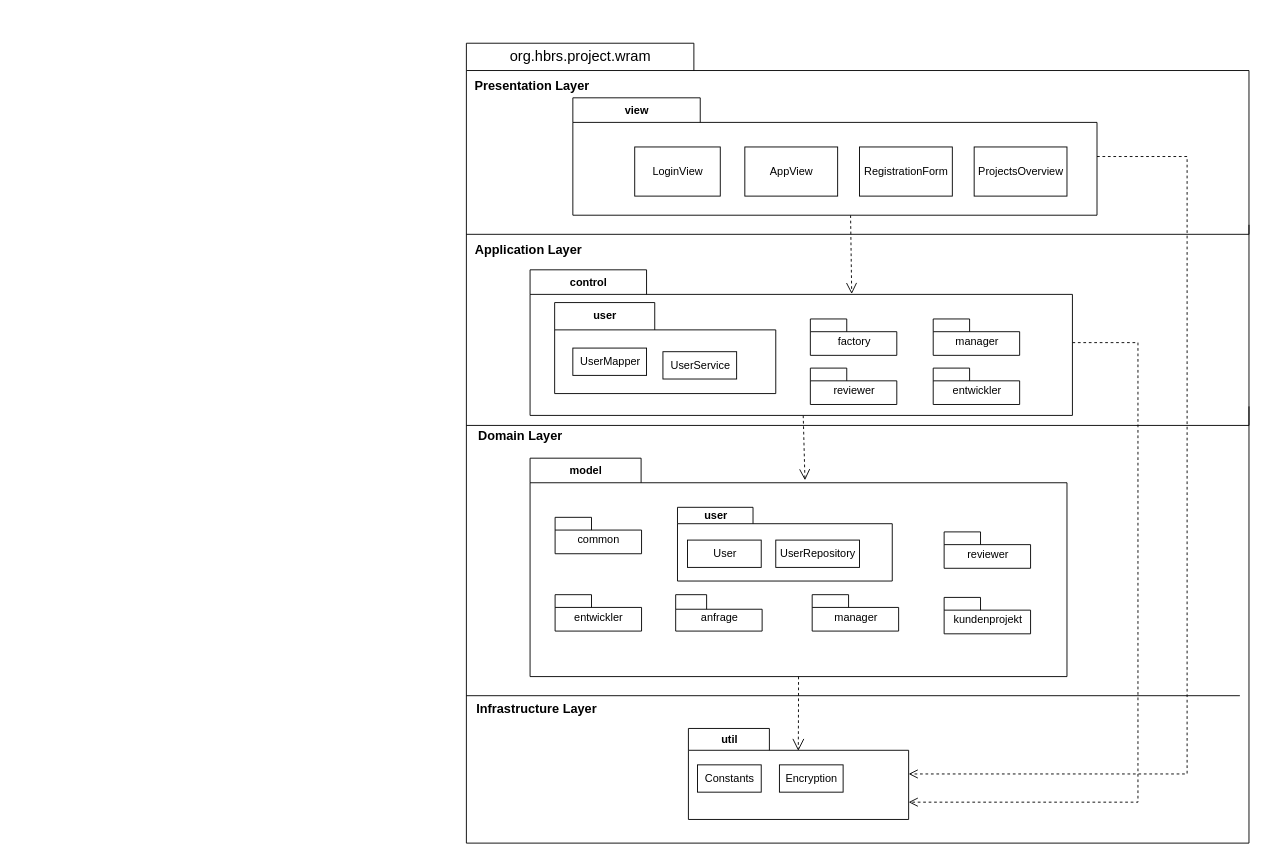
Above: docs/diagram/ArchitekturDiagramm_Bausteinsicht.drawio in TomKeppeler/WRAM (draw.io), before the change. Source tidied: cells renumbered, new cells numbered last; positions are measured from the earlier drawing's top-left corner, leaving out a move shared by most shapes. Both pictures are drawn from the tidied source at 91%, with x=0, y=0 at pixel (466, 15).
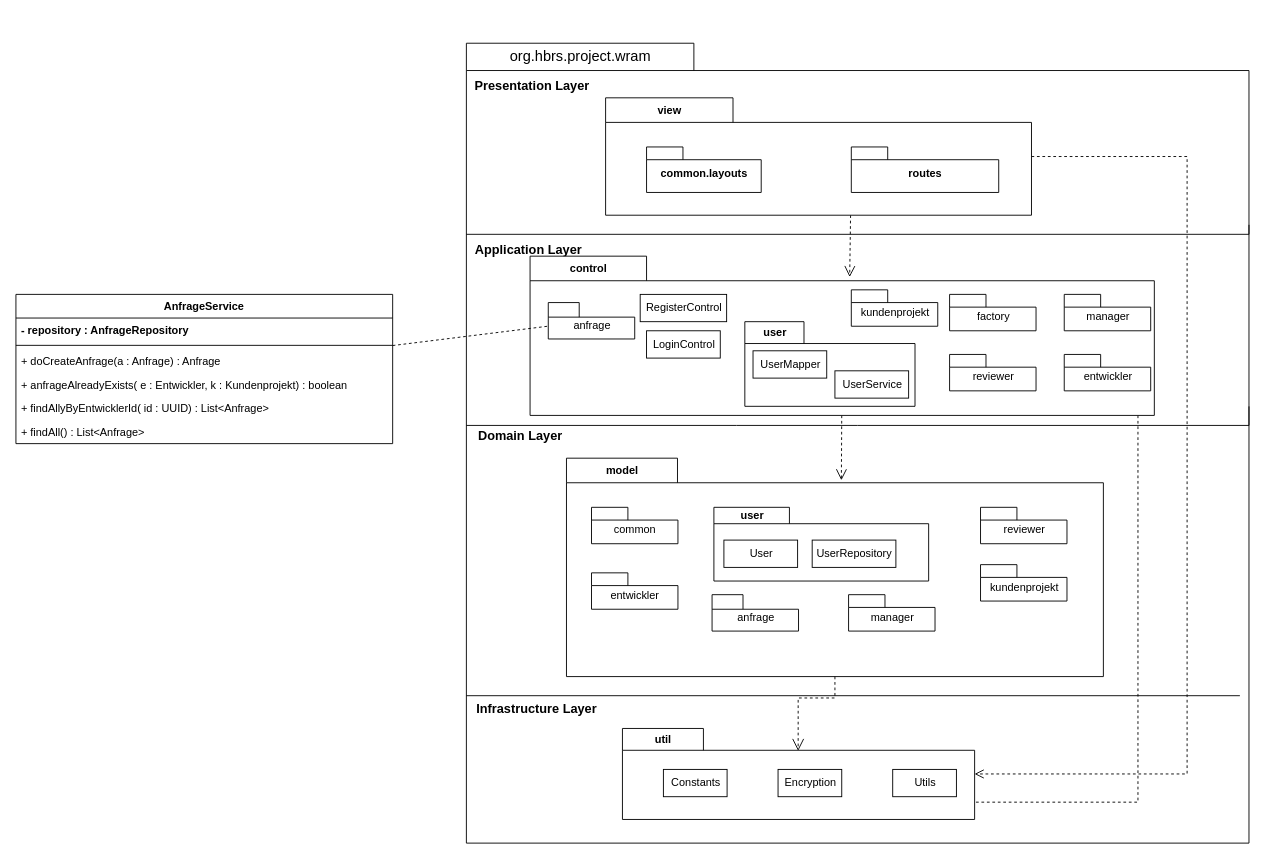
After the change.

Unchanged cells that the change refers to:
```xml
<mxCell id="2" value="&lt;p style=&quot;font-weight: normal ; line-height: 18px&quot;&gt;&lt;span style=&quot;background-color: rgb(255 , 255 , 255)&quot;&gt;&lt;font style=&quot;font-size: 16px&quot;&gt;org.hbrs.project.wram&lt;/font&gt;&lt;/span&gt;&lt;/p&gt;" style="shape=folder;fontStyle=1;tabWidth=250;tabHeight=30;tabPosition=left;html=1;boundedLbl=1;labelInHeader=1;fillColor=none;" parent="1" vertex="1">
  <mxGeometry y="30" width="860" height="879" as="geometry" />
</mxCell>
```

Change to the diagram source:
```diff
@@
-    <mxCell id="10" style="rounded=0;jettySize=auto;html=1;dashed=1;endArrow=open;endFill=0;entryX=0.593;entryY=0.166;entryDx=0;entryDy=0;entryPerimeter=0;endSize=10;" parent="2" edge="1" target="14">
+    <mxCell id="10" style="rounded=0;jettySize=auto;html=1;dashed=1;endArrow=open;endFill=0;entryX=0.512;entryY=0.131;entryDx=0;entryDy=0;entryPerimeter=0;endSize=10;" parent="2" edge="1" target="14">
       <mxGeometry relative="1" as="geometry">
         <mxPoint x="422.2" y="189" as="sourcePoint" />
       </mxGeometry>
     </mxCell>
     <mxCell id="11" style="endArrow=none;html=1;rounded=0;entryX=1;entryY=0.454;entryDx=0;entryDy=0;entryPerimeter=0;" parent="2" edge="1" target="2">
       <mxGeometry relative="1" as="geometry">
         <mxPoint y="420" as="sourcePoint" />
         <Array as="points">
+          <mxPoint x="297" y="420" />
+          <mxPoint x="430" y="420" />
           <mxPoint x="860" y="420" />
         </Array>
       </mxGeometry>
     </mxCell>
@@
     <mxCell id="14" value="control" style="shape=folder;fontStyle=1;tabWidth=128;tabHeight=27;tabPosition=left;html=1;boundedLbl=1;labelInHeader=1;" parent="2" vertex="1">
-      <mxGeometry x="70" y="249" width="596" height="160" as="geometry" />
+      <mxGeometry x="70" y="234" width="686" height="175" as="geometry" />
     </mxCell>
     <mxCell id="15" value="&lt;span style=&quot;font-weight: 400&quot;&gt;entwickler&lt;/span&gt;" style="shape=folder;fontStyle=1;spacingTop=10;tabWidth=40;tabHeight=14;tabPosition=left;html=1;" parent="14" vertex="1">
-      <mxGeometry x="443" y="108" width="95" height="40" as="geometry" />
+      <mxGeometry x="587" y="108" width="95" height="40" as="geometry" />
     </mxCell>
     <mxCell id="16" value="&lt;span style=&quot;font-weight: 400&quot;&gt;factory&lt;/span&gt;" style="shape=folder;fontStyle=1;spacingTop=10;tabWidth=40;tabHeight=14;tabPosition=left;html=1;" parent="14" vertex="1">
-      <mxGeometry x="308" y="54" width="95" height="40" as="geometry" />
+      <mxGeometry x="461" y="42" width="95" height="40" as="geometry" />
     </mxCell>
     <mxCell id="17" value="&lt;span style=&quot;font-weight: 400&quot;&gt;manager&lt;/span&gt;" style="shape=folder;fontStyle=1;spacingTop=10;tabWidth=40;tabHeight=14;tabPosition=left;html=1;" parent="14" vertex="1">
-      <mxGeometry x="443" y="54" width="95" height="40" as="geometry" />
+      <mxGeometry x="587" y="42" width="95" height="40" as="geometry" />
     </mxCell>
     <mxCell id="18" value="&lt;span style=&quot;font-weight: 400&quot;&gt;reviewer&lt;/span&gt;" style="shape=folder;fontStyle=1;spacingTop=10;tabWidth=40;tabHeight=14;tabPosition=left;html=1;" parent="14" vertex="1">
-      <mxGeometry x="308" y="108" width="95" height="40" as="geometry" />
+      <mxGeometry x="461" y="108" width="95" height="40" as="geometry" />
     </mxCell>
-    <mxCell id="19" value="user" style="shape=folder;fontStyle=1;tabWidth=110;tabHeight=30;tabPosition=left;html=1;boundedLbl=1;labelInHeader=1;" parent="14" vertex="1">
-      <mxGeometry x="27" y="36" width="243" height="100" as="geometry" />
+    <mxCell id="19" value="user" style="shape=folder;fontStyle=1;tabWidth=65;tabHeight=24;tabPosition=left;html=1;boundedLbl=1;labelInHeader=1;" parent="14" vertex="1">
+      <mxGeometry x="236" y="72" width="187" height="93" as="geometry" />
     </mxCell>
     <mxCell id="20" value="UserMapper" style="html=1;" parent="19" vertex="1">
       <mxGeometry width="81" height="30" relative="1" as="geometry">
-        <mxPoint x="20" y="50" as="offset" />
+        <mxPoint x="9" y="32" as="offset" />
       </mxGeometry>
     </mxCell>
     <mxCell id="21" value="UserService" style="html=1;" parent="19" vertex="1">
-      <mxGeometry x="119" y="54" width="81" height="30" as="geometry" />
+      <mxGeometry x="99" y="54" width="81" height="30" as="geometry" />
     </mxCell>
+    <mxCell id="42" value="RegisterControl" style="html=1;" parent="14" vertex="1">
+      <mxGeometry x="121" y="42" width="95" height="30" as="geometry" />
+    </mxCell>
+    <mxCell id="43" value="LoginControl" style="html=1;" parent="14" vertex="1">
+      <mxGeometry x="128" y="82" width="81" height="30" as="geometry" />
+    </mxCell>
+    <mxCell id="44" value="&lt;span style=&quot;font-weight: 400&quot;&gt;kundenprojekt&lt;/span&gt;" style="shape=folder;fontStyle=1;spacingTop=10;tabWidth=40;tabHeight=14;tabPosition=left;html=1;" parent="14" vertex="1">
+      <mxGeometry x="353" y="37" width="95" height="40" as="geometry" />
+    </mxCell>
+    <mxCell id="45" value="&lt;span style=&quot;font-weight: 400&quot;&gt;anfrage&lt;/span&gt;" style="shape=folder;fontStyle=1;spacingTop=10;tabWidth=34;tabHeight=16;tabPosition=left;html=1;" parent="14" vertex="1">
+      <mxGeometry x="20" y="51" width="95" height="40" as="geometry" />
+    </mxCell>
     <mxCell id="22" value="util" style="shape=folder;fontStyle=1;tabWidth=89;tabHeight=24;tabPosition=left;html=1;boundedLbl=1;labelInHeader=1;" parent="2" vertex="1">
-      <mxGeometry x="244" y="753" width="242" height="100" as="geometry" />
+      <mxGeometry x="171.5" y="753" width="387" height="100" as="geometry" />
     </mxCell>
     <mxCell id="23" value="Constants" style="html=1;" parent="22" vertex="1">
-      <mxGeometry x="10" y="40" width="70" height="30" as="geometry" />
+      <mxGeometry x="45" y="45" width="70" height="30" as="geometry" />
     </mxCell>
     <mxCell id="24" value="Encryption" style="html=1;" parent="22" vertex="1">
-      <mxGeometry x="100" y="40" width="70" height="30" as="geometry" />
+      <mxGeometry x="171" y="45" width="70" height="30" as="geometry" />
     </mxCell>
+    <mxCell id="46" value="Utils" style="html=1;" parent="22" vertex="1">
+      <mxGeometry x="297" y="45" width="70" height="30" as="geometry" />
+    </mxCell>
@@
     <mxCell id="26" value="view" style="shape=folder;fontStyle=1;tabWidth=140;tabHeight=27;tabPosition=left;html=1;boundedLbl=1;labelInHeader=1;" parent="2" vertex="1">
-      <mxGeometry x="117" y="60" width="576" height="129" as="geometry" />
+      <mxGeometry x="153" y="60" width="468" height="129" as="geometry" />
     </mxCell>
-    <mxCell id="27" value="LoginView" style="html=1;" parent="26" vertex="1">
-      <mxGeometry x="68" y="54" width="94" height="54" as="geometry" />
-    </mxCell>
-    <mxCell id="28" value="AppView" style="html=1;" parent="26" vertex="1">
-      <mxGeometry x="189" y="54" width="102" height="54" as="geometry" />
-    </mxCell>
-    <mxCell id="29" value="RegistrationForm" style="html=1;" parent="26" vertex="1">
-      <mxGeometry x="315" y="54" width="102" height="54" as="geometry" />
-    </mxCell>
-    <mxCell id="30" value="ProjectsOverview" style="html=1;" parent="26" vertex="1">
-      <mxGeometry x="441" y="54" width="102" height="54" as="geometry" />
-    </mxCell>
+    <mxCell id="47" value="common.layouts" style="shape=folder;fontStyle=1;spacingTop=10;tabWidth=40;tabHeight=14;tabPosition=left;html=1;" parent="26" vertex="1">
+      <mxGeometry x="45" y="54" width="126" height="50" as="geometry" />
+    </mxCell>
+    <mxCell id="48" value="routes" style="shape=folder;fontStyle=1;spacingTop=10;tabWidth=40;tabHeight=14;tabPosition=left;html=1;" parent="26" vertex="1">
+      <mxGeometry x="270" y="54" width="162" height="50" as="geometry" />
+    </mxCell>
     <mxCell id="31" value="model" style="shape=folder;fontStyle=1;tabWidth=122;tabHeight=27;tabPosition=left;html=1;boundedLbl=1;labelInHeader=1;fillColor=none;strokeColor=default;" parent="2" vertex="1">
-      <mxGeometry x="70" y="456" width="590" height="240" as="geometry" />
+      <mxGeometry x="110" y="456" width="590" height="240" as="geometry" />
     </mxCell>
     <mxCell id="32" value="&lt;span style=&quot;font-weight: normal&quot;&gt;entwickler&lt;/span&gt;" style="shape=folder;fontStyle=1;spacingTop=10;tabWidth=40;tabHeight=14;tabPosition=left;html=1;" parent="31" vertex="1">
-      <mxGeometry x="27.5" y="150" width="95" height="40" as="geometry" />
+      <mxGeometry x="27.5" y="126" width="95" height="40" as="geometry" />
     </mxCell>
     <mxCell id="33" value="&lt;span style=&quot;font-weight: normal&quot;&gt;reviewer&lt;/span&gt;" style="shape=folder;fontStyle=1;spacingTop=10;tabWidth=40;tabHeight=14;tabPosition=left;html=1;" parent="31" vertex="1">
-      <mxGeometry x="455" y="81" width="95" height="40" as="geometry" />
+      <mxGeometry x="455" y="54" width="95" height="40" as="geometry" />
     </mxCell>
     <mxCell id="34" value="&lt;span style=&quot;font-weight: normal&quot;&gt;common&lt;/span&gt;" style="shape=folder;fontStyle=1;spacingTop=10;tabWidth=40;tabHeight=14;tabPosition=left;html=1;" parent="31" vertex="1">
-      <mxGeometry x="27.5" y="65" width="95" height="40" as="geometry" />
+      <mxGeometry x="27.5" y="54" width="95" height="40" as="geometry" />
     </mxCell>
@@
     <mxCell id="37" value="&lt;span style=&quot;font-weight: 400&quot;&gt;kundenprojekt&lt;/span&gt;" style="shape=folder;fontStyle=1;spacingTop=10;tabWidth=40;tabHeight=14;tabPosition=left;html=1;" parent="31" vertex="1">
-      <mxGeometry x="455" y="153" width="95" height="40" as="geometry" />
+      <mxGeometry x="455" y="117" width="95" height="40" as="geometry" />
     </mxCell>
@@
+    <mxCell id="49" style="rounded=0;jettySize=auto;html=1;dashed=1;endArrow=none;endFill=0;" parent="1" edge="1" source="50" target="45">
+      <mxGeometry relative="1" as="geometry" />
+    </mxCell>
+    <mxCell id="50" value="AnfrageService" style="swimlane;fontStyle=1;align=center;verticalAlign=top;horizontal=1;startSize=26;" parent="1" vertex="1">
+      <mxGeometry x="-495" y="306" width="414" height="164" as="geometry" />
+    </mxCell>
+    <mxCell id="51" value="- repository : AnfrageRepository" style="text;strokeColor=none;fillColor=none;align=left;verticalAlign=top;spacingLeft=4;spacingRight=4;overflow=hidden;fontStyle=1;" parent="50" vertex="1">
+      <mxGeometry y="26" width="414" height="26" as="geometry" />
+    </mxCell>
+    <mxCell id="52" style="line;strokeWidth=1;fillColor=none;align=left;verticalAlign=middle;spacingTop=-1;spacingLeft=3;spacingRight=3;labelPosition=right;" parent="50" vertex="1">
+      <mxGeometry y="52" width="414" height="8" as="geometry" />
+    </mxCell>
+    <mxCell id="53" value="+ doCreateAnfrage(a : Anfrage) : Anfrage" style="text;strokeColor=none;fillColor=none;align=left;verticalAlign=top;spacingLeft=4;spacingRight=4;overflow=hidden;" parent="50" vertex="1">
+      <mxGeometry y="60" width="414" height="26" as="geometry" />
+    </mxCell>
+    <mxCell id="54" value="+ anfrageAlreadyExists( e : Entwickler, k : Kundenprojekt) : boolean" style="text;strokeColor=none;fillColor=none;align=left;verticalAlign=top;spacingLeft=4;spacingRight=4;overflow=hidden;" parent="50" vertex="1">
+      <mxGeometry y="86" width="414" height="26" as="geometry" />
+    </mxCell>
+    <mxCell id="55" value="+ findAllyByEntwicklerId( id : UUID) : List&lt;Anfrage&gt;" style="text;strokeColor=none;fillColor=none;align=left;verticalAlign=top;spacingLeft=4;spacingRight=4;overflow=hidden;" parent="50" vertex="1">
+      <mxGeometry y="112" width="414" height="26" as="geometry" />
+    </mxCell>
+    <mxCell id="56" value="+ findAll() : List&lt;Anfrage&gt;" style="text;strokeColor=none;fillColor=none;align=left;verticalAlign=top;spacingLeft=4;spacingRight=4;overflow=hidden;" parent="50" vertex="1">
+      <mxGeometry y="138" width="414" height="26" as="geometry" />
+    </mxCell>
```
